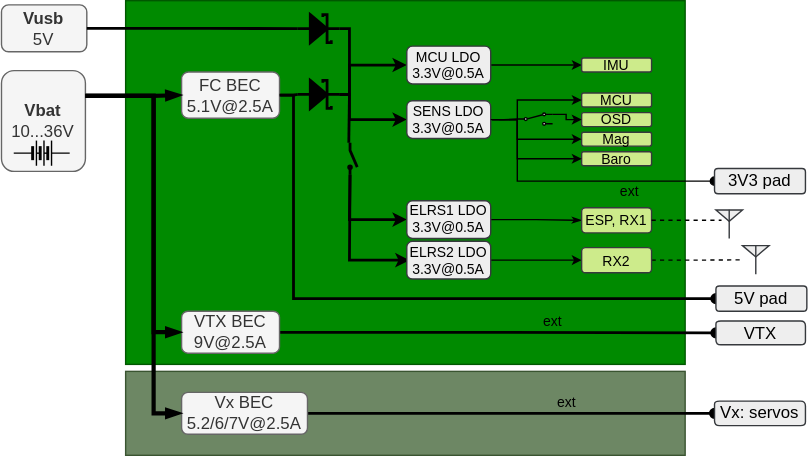
This is documentation/images/doc_MoGliFC_power_concept.svg from MomoRC-tech/MoGliFC-Flight-Controller, a draw.io export, as it was before one commit. Source tidied: cells renumbered, new cells last; positions are measured from the earlier drawing's top-left corner, leaving out a move shared by most shapes. Source of this version:
```xml
<mxGraphModel>
  <root>
    <mxCell id="0" />
    <mxCell id="1" parent="0" />
    <mxCell id="2" style="whiteSpace=wrap;html=1;fillColor=#008a00;fontColor=#ffffff;strokeColor=#005700;imageAspect=1;" parent="1" vertex="1">
      <mxGeometry x="89" width="400" height="260" as="geometry" />
    </mxCell>
    <mxCell id="3" style="rounded=0;whiteSpace=wrap;html=1;fillColor=#6d8764;fontColor=#ffffff;strokeColor=#3A5431;" parent="1" vertex="1">
      <mxGeometry x="89" y="265" width="400" height="60" as="geometry" />
    </mxCell>
    <mxCell id="4" value="&lt;b&gt;Vbat&lt;/b&gt;&lt;div&gt;10...36V&lt;/div&gt;" style="whiteSpace=wrap;html=1;rounded=1;fillColor=#f5f5f5;fontColor=#333333;strokeColor=#666666;" parent="1" vertex="1">
      <mxGeometry x="0.2" y="50" width="60" height="72" as="geometry" />
    </mxCell>
    <mxCell id="5" style="edgeStyle=orthogonalEdgeStyle;rounded=0;jettySize=auto;html=1;entryX=0;entryY=0.5;entryDx=0;entryDy=0;endArrow=oval;endFill=1;strokeWidth=2;" parent="1" edge="1" source="7" target="18">
      <mxGeometry relative="1" as="geometry" />
    </mxCell>
    <mxCell id="6" value="ext" style="edgeLabel;html=1;align=center;verticalAlign=middle;labelBackgroundColor=none;fontSize=10;" parent="5" vertex="1">
      <mxGeometry x="0.18" y="-4" relative="1" as="geometry">
        <mxPoint x="10" y="-13" as="offset" />
      </mxGeometry>
    </mxCell>
    <mxCell id="7" value="VTX BEC 9V@2.5A" style="whiteSpace=wrap;html=1;rounded=1;fillColor=#f5f5f5;fontColor=#333333;strokeColor=#666666;" parent="1" vertex="1">
      <mxGeometry x="129" y="222" width="70" height="30" as="geometry" />
    </mxCell>
    <mxCell id="8" style="edgeStyle=elbowEdgeStyle;rounded=0;jettySize=auto;html=1;exitX=1;exitY=0.5;exitDx=0;exitDy=0;entryX=0;entryY=0.5;entryDx=0;entryDy=0;endSize=4;strokeWidth=2;exitPerimeter=0;" parent="1" edge="1" source="49" target="21">
      <mxGeometry relative="1" as="geometry">
        <Array as="points">
          <mxPoint x="249" y="50" />
        </Array>
      </mxGeometry>
    </mxCell>
    <mxCell id="9" style="edgeStyle=elbowEdgeStyle;rounded=0;jettySize=auto;html=1;exitX=1;exitY=0.5;exitDx=0;exitDy=0;entryX=0;entryY=0.5;entryDx=0;entryDy=0;endSize=4;strokeWidth=2;exitPerimeter=0;" parent="1" edge="1" source="49" target="24">
      <mxGeometry relative="1" as="geometry">
        <Array as="points">
          <mxPoint x="249" y="80" />
        </Array>
      </mxGeometry>
    </mxCell>
    <mxCell id="10" style="edgeStyle=elbowEdgeStyle;rounded=0;jettySize=auto;html=1;endSize=4;strokeWidth=2;exitX=1;exitY=0.84;exitDx=0;exitDy=0;" parent="1" edge="1" source="58" target="26">
      <mxGeometry relative="1" as="geometry">
        <Array as="points">
          <mxPoint x="249" y="110" />
        </Array>
      </mxGeometry>
    </mxCell>
    <mxCell id="11" style="edgeStyle=elbowEdgeStyle;rounded=0;jettySize=auto;html=1;endSize=4;strokeWidth=2;exitX=1;exitY=0.84;exitDx=0;exitDy=0;" parent="1" edge="1" source="58">
      <mxGeometry relative="1" as="geometry">
        <mxPoint x="292" y="185.5" as="targetPoint" />
        <Array as="points">
          <mxPoint x="249" y="160" />
        </Array>
      </mxGeometry>
    </mxCell>
    <mxCell id="12" style="edgeStyle=elbowEdgeStyle;rounded=0;jettySize=auto;html=1;entryX=0;entryY=0.5;entryDx=0;entryDy=0;endSize=6;endArrow=oval;endFill=1;strokeWidth=2;exitX=1;exitY=0.5;exitDx=0;exitDy=0;" parent="1" edge="1" source="14" target="34">
      <mxGeometry relative="1" as="geometry">
        <Array as="points">
          <mxPoint x="209" y="130" />
        </Array>
      </mxGeometry>
    </mxCell>
    <mxCell id="13" style="edgeStyle=elbowEdgeStyle;rounded=0;jettySize=auto;html=1;endArrow=blockThin;endFill=1;strokeWidth=3;exitX=1;exitY=0.25;exitDx=0;exitDy=0;endSize=4;" parent="1" edge="1" source="4" target="7">
      <mxGeometry relative="1" as="geometry">
        <Array as="points">
          <mxPoint x="109" y="150" />
        </Array>
      </mxGeometry>
    </mxCell>
    <mxCell id="14" value="FC BEC 5.1V@2.5A" style="whiteSpace=wrap;html=1;rounded=1;fillColor=#f5f5f5;fontColor=#333333;strokeColor=#666666;" parent="1" vertex="1">
      <mxGeometry x="129" y="51" width="70" height="33" as="geometry" />
    </mxCell>
    <mxCell id="15" style="edgeStyle=entityRelationEdgeStyle;rounded=0;jettySize=auto;html=1;entryX=0;entryY=0.5;entryDx=0;entryDy=0;endArrow=oval;endFill=1;strokeWidth=2;" parent="1" edge="1" source="17" target="19">
      <mxGeometry relative="1" as="geometry" />
    </mxCell>
    <mxCell id="16" value="ext" style="edgeLabel;html=1;align=center;verticalAlign=middle;labelBackgroundColor=none;fontSize=10;" parent="15" vertex="1">
      <mxGeometry x="0.27" y="-2" relative="1" as="geometry">
        <mxPoint y="-11" as="offset" />
      </mxGeometry>
    </mxCell>
    <mxCell id="17" value="Vx BEC 5.2/6/7V@2.5A" style="whiteSpace=wrap;html=1;rounded=1;fillColor=#f5f5f5;fontColor=#333333;strokeColor=#666666;" parent="1" vertex="1">
      <mxGeometry x="129" y="280" width="90" height="30" as="geometry" />
    </mxCell>
    <mxCell id="18" value="VTX" style="shape=step;perimeter=stepPerimeter;whiteSpace=wrap;html=1;fixedSize=1;size=-6;fillColor=#eeeeee;strokeColor=#36393d;rounded=1;arcSize=7;" parent="1" vertex="1">
      <mxGeometry x="511" y="229" width="64" height="17" as="geometry" />
    </mxCell>
    <mxCell id="19" value="Vx: servos" style="shape=step;perimeter=stepPerimeter;whiteSpace=wrap;html=1;fixedSize=1;size=0;fillColor=#eeeeee;strokeColor=#36393d;rounded=1;arcSize=7;" parent="1" vertex="1">
      <mxGeometry x="510" y="286.2" width="65" height="17.5" as="geometry" />
    </mxCell>
    <mxCell id="20" style="edgeStyle=elbowEdgeStyle;rounded=0;jettySize=auto;html=1;endSize=4;" parent="1" edge="1" source="21" target="29">
      <mxGeometry relative="1" as="geometry" />
    </mxCell>
    <mxCell id="21" value="MCU LDO 3.3V@0.5A" style="whiteSpace=wrap;html=1;rounded=1;fontSize=10;fillColor=#eeeeee;strokeColor=#36393d;" parent="1" vertex="1">
      <mxGeometry x="290" y="32.5" width="60" height="27" as="geometry" />
    </mxCell>
    <mxCell id="22" style="edgeStyle=elbowEdgeStyle;rounded=0;jettySize=auto;html=1;entryX=0;entryY=0.5;entryDx=0;entryDy=0;exitX=1;exitY=0.5;exitDx=0;exitDy=0;endArrow=oval;endFill=1;" parent="1" edge="1" target="30">
      <mxGeometry relative="1" as="geometry">
        <mxPoint x="356" y="85" as="sourcePoint" />
        <Array as="points">
          <mxPoint x="369" y="110" />
        </Array>
      </mxGeometry>
    </mxCell>
    <mxCell id="23" value="ext" style="edgeLabel;html=1;align=center;verticalAlign=middle;fontSize=10;labelBackgroundColor=none;" parent="22" vertex="1">
      <mxGeometry x="0.26" y="2" relative="1" as="geometry">
        <mxPoint x="12" y="8" as="offset" />
      </mxGeometry>
    </mxCell>
    <mxCell id="24" value="SENS LDO 3.3V@0.5A" style="whiteSpace=wrap;html=1;rounded=1;fontSize=10;fillColor=#eeeeee;strokeColor=#36393d;" parent="1" vertex="1">
      <mxGeometry x="290" y="71.5" width="60" height="27" as="geometry" />
    </mxCell>
    <mxCell id="25" style="edgeStyle=elbowEdgeStyle;rounded=0;jettySize=auto;html=1;entryX=0;entryY=0.5;entryDx=0;entryDy=0;strokeWidth=1;endArrow=classicThin;endFill=1;endSize=4;" parent="1" edge="1" source="26" target="31">
      <mxGeometry relative="1" as="geometry" />
    </mxCell>
    <mxCell id="26" value="ELRS1 LDO 3.3V@0.5A" style="whiteSpace=wrap;html=1;rounded=1;fontSize=10;fillColor=#eeeeee;strokeColor=#36393d;" parent="1" vertex="1">
      <mxGeometry x="290" y="143" width="60" height="27" as="geometry" />
    </mxCell>
    <mxCell id="27" style="edgeStyle=elbowEdgeStyle;rounded=0;jettySize=auto;html=1;exitX=1;exitY=0.5;exitDx=0;exitDy=0;endSize=4;" parent="1" edge="1" source="28" target="33">
      <mxGeometry relative="1" as="geometry" />
    </mxCell>
    <mxCell id="28" value="ELRS2 LDO 3.3V@0.5A" style="whiteSpace=wrap;html=1;rounded=1;fontSize=10;fillColor=#eeeeee;strokeColor=#36393d;" parent="1" vertex="1">
      <mxGeometry x="290" y="172" width="60" height="27" as="geometry" />
    </mxCell>
    <mxCell id="29" value="IMU" style="whiteSpace=wrap;html=1;rounded=1;fillColor=#cdeb8b;strokeColor=#36393d;fontSize=10;" parent="1" vertex="1">
      <mxGeometry x="415" y="41" width="50" height="10" as="geometry" />
    </mxCell>
    <mxCell id="30" value="3V3 pad" style="shape=step;perimeter=stepPerimeter;whiteSpace=wrap;html=1;fixedSize=1;size=-5;fillColor=#eeeeee;strokeColor=#36393d;rounded=1;arcSize=5;" parent="1" vertex="1">
      <mxGeometry x="510" y="120" width="65" height="18" as="geometry" />
    </mxCell>
    <mxCell id="31" value="ESP, RX1" style="whiteSpace=wrap;html=1;rounded=1;fillColor=#cdeb8b;strokeColor=#36393d;fontSize=10;" parent="1" vertex="1">
      <mxGeometry x="415" y="148" width="50" height="18" as="geometry" />
    </mxCell>
    <mxCell id="32" style="edgeStyle=elbowEdgeStyle;rounded=0;jettySize=auto;html=1;dashed=1;endArrow=none;endFill=0;" parent="1" edge="1" source="33" target="38">
      <mxGeometry relative="1" as="geometry" />
    </mxCell>
    <mxCell id="33" value="RX2" style="whiteSpace=wrap;html=1;rounded=1;fillColor=#cdeb8b;strokeColor=#36393d;fontSize=10;" parent="1" vertex="1">
      <mxGeometry x="415" y="176.5" width="50" height="18" as="geometry" />
    </mxCell>
    <mxCell id="34" value="5V pad" style="shape=step;perimeter=stepPerimeter;whiteSpace=wrap;html=1;fixedSize=1;size=-5;fillColor=#eeeeee;strokeColor=#36393d;rounded=1;arcSize=5;" parent="1" vertex="1">
      <mxGeometry x="511" y="204" width="65" height="18" as="geometry" />
    </mxCell>
    <mxCell id="35" value="&lt;b&gt;Vusb&lt;/b&gt;&lt;div&gt;5V&lt;/div&gt;" style="whiteSpace=wrap;html=1;rounded=1;fillColor=#f5f5f5;fontColor=#333333;strokeColor=#666666;" parent="1" vertex="1">
      <mxGeometry x="0.2" y="3" width="61" height="33.5" as="geometry" />
    </mxCell>
    <mxCell id="36" style="verticalLabelPosition=bottom;shadow=0;dashed=0;align=center;html=1;verticalAlign=top;shape=mxgraph.electrical.radio.aerial_-_antenna_2;strokeWidth=1;fillColor=#eeeeee;strokeColor=#36393d;" parent="1" vertex="1">
      <mxGeometry x="511" y="149.5" width="19" height="20.5" as="geometry" />
    </mxCell>
    <mxCell id="37" style="verticalLabelPosition=bottom;shadow=0;dashed=0;align=center;html=1;verticalAlign=top;shape=mxgraph.electrical.miscellaneous.batteryStack;" parent="1" vertex="1">
      <mxGeometry x="9" y="100" width="40" height="18" as="geometry" />
    </mxCell>
    <mxCell id="38" style="verticalLabelPosition=bottom;shadow=0;dashed=0;align=center;html=1;verticalAlign=top;shape=mxgraph.electrical.radio.aerial_-_antenna_2;strokeWidth=1;fillColor=#eeeeee;strokeColor=#36393d;" parent="1" vertex="1">
      <mxGeometry x="530" y="175" width="19" height="20.5" as="geometry" />
    </mxCell>
    <mxCell id="39" style="edgeStyle=elbowEdgeStyle;rounded=0;jettySize=auto;html=1;entryX=0.211;entryY=0.366;entryDx=0;entryDy=0;entryPerimeter=0;endArrow=none;endFill=0;dashed=1;" parent="1" edge="1" source="31" target="36">
      <mxGeometry relative="1" as="geometry" />
    </mxCell>
    <mxCell id="40" style="edgeStyle=elbowEdgeStyle;rounded=0;jettySize=auto;html=1;endArrow=blockThin;endFill=1;strokeWidth=3;exitX=1;exitY=0.25;exitDx=0;exitDy=0;endSize=4;strokeColor=default;entryX=0;entryY=0.5;entryDx=0;entryDy=0;" parent="1" edge="1" source="4" target="14">
      <mxGeometry relative="1" as="geometry">
        <Array as="points">
          <mxPoint x="109" y="60" />
        </Array>
      </mxGeometry>
    </mxCell>
    <mxCell id="41" value="MCU" style="whiteSpace=wrap;html=1;rounded=1;fillColor=#cdeb8b;strokeColor=#36393d;fontSize=10;" parent="1" vertex="1">
      <mxGeometry x="415" y="66" width="50" height="10" as="geometry" />
    </mxCell>
    <mxCell id="42" value="OSD" style="whiteSpace=wrap;html=1;rounded=1;fillColor=#cdeb8b;strokeColor=#36393d;fontSize=10;" parent="1" vertex="1">
      <mxGeometry x="415" y="80" width="50" height="10" as="geometry" />
    </mxCell>
    <mxCell id="43" value="Mag" style="whiteSpace=wrap;html=1;rounded=1;fillColor=#cdeb8b;strokeColor=#36393d;fontSize=10;" parent="1" vertex="1">
      <mxGeometry x="415" y="94" width="50" height="10" as="geometry" />
    </mxCell>
    <mxCell id="44" value="Baro" style="whiteSpace=wrap;html=1;rounded=1;fillColor=#cdeb8b;strokeColor=#36393d;fontSize=10;" parent="1" vertex="1">
      <mxGeometry x="415" y="108" width="50" height="10" as="geometry" />
    </mxCell>
    <mxCell id="45" style="edgeStyle=elbowEdgeStyle;rounded=0;jettySize=auto;html=1;entryX=0;entryY=0.5;entryDx=0;entryDy=0;endSize=4;exitX=1;exitY=0.5;exitDx=0;exitDy=0;" parent="1" edge="1" target="41">
      <mxGeometry relative="1" as="geometry">
        <mxPoint x="351" y="85" as="sourcePoint" />
        <Array as="points">
          <mxPoint x="369" y="80" />
        </Array>
      </mxGeometry>
    </mxCell>
    <mxCell id="46" style="edgeStyle=elbowEdgeStyle;rounded=0;jettySize=auto;html=1;entryX=0;entryY=0.5;entryDx=0;entryDy=0;endSize=4;exitX=1;exitY=0.12;exitDx=0;exitDy=0;" parent="1" edge="1" source="56" target="42">
      <mxGeometry relative="1" as="geometry" />
    </mxCell>
    <mxCell id="47" style="edgeStyle=elbowEdgeStyle;rounded=0;jettySize=auto;html=1;entryX=0;entryY=0.5;entryDx=0;entryDy=0;endSize=4;exitX=1;exitY=0.5;exitDx=0;exitDy=0;" parent="1" edge="1" target="43">
      <mxGeometry relative="1" as="geometry">
        <mxPoint x="351" y="85" as="sourcePoint" />
        <Array as="points">
          <mxPoint x="369" y="90" />
        </Array>
      </mxGeometry>
    </mxCell>
    <mxCell id="48" style="edgeStyle=elbowEdgeStyle;rounded=0;jettySize=auto;html=1;entryX=0;entryY=0.5;entryDx=0;entryDy=0;endSize=4;exitX=1;exitY=0.5;exitDx=0;exitDy=0;" parent="1" edge="1" target="44">
      <mxGeometry relative="1" as="geometry">
        <mxPoint x="351" y="85" as="sourcePoint" />
        <Array as="points">
          <mxPoint x="369" y="100" />
        </Array>
      </mxGeometry>
    </mxCell>
    <mxCell id="49" style="fillColor=strokeColor;verticalLabelPosition=bottom;shadow=0;dashed=0;align=center;html=1;verticalAlign=top;shape=mxgraph.electrical.diodes.schottky_diode;strokeWidth=2;" parent="1" vertex="1">
      <mxGeometry x="212" y="57" width="30" height="20" as="geometry" />
    </mxCell>
    <mxCell id="50" style="edgeStyle=elbowEdgeStyle;rounded=0;jettySize=auto;html=1;endArrow=blockThin;endFill=1;strokeWidth=3;exitX=1;exitY=0.25;exitDx=0;exitDy=0;endSize=4;entryX=0;entryY=0.5;entryDx=0;entryDy=0;" parent="1" edge="1" source="4" target="17">
      <mxGeometry relative="1" as="geometry">
        <Array as="points">
          <mxPoint x="109" y="180" />
        </Array>
      </mxGeometry>
    </mxCell>
    <mxCell id="51" style="edgeStyle=elbowEdgeStyle;rounded=0;jettySize=auto;html=1;entryX=0;entryY=0.5;entryDx=0;entryDy=0;endSize=6;endArrow=none;endFill=0;strokeWidth=2;exitX=1;exitY=0.5;exitDx=0;exitDy=0;entryPerimeter=0;" parent="1" edge="1" source="14" target="49">
      <mxGeometry relative="1" as="geometry">
        <Array as="points">
          <mxPoint x="209" y="67" />
        </Array>
      </mxGeometry>
    </mxCell>
    <mxCell id="52" style="fillColor=strokeColor;verticalLabelPosition=bottom;shadow=0;dashed=0;align=center;html=1;verticalAlign=top;shape=mxgraph.electrical.diodes.schottky_diode;strokeWidth=2;" parent="1" vertex="1">
      <mxGeometry x="212" y="10" width="30" height="20" as="geometry" />
    </mxCell>
    <mxCell id="53" style="edgeStyle=elbowEdgeStyle;rounded=0;jettySize=auto;html=1;endSize=6;endArrow=none;endFill=0;strokeWidth=2;exitX=1;exitY=0.5;exitDx=0;exitDy=0;exitPerimeter=0;entryX=1;entryY=0.5;entryDx=0;entryDy=0;entryPerimeter=0;" parent="1" edge="1" source="52" target="49">
      <mxGeometry relative="1" as="geometry">
        <Array as="points">
          <mxPoint x="249" y="40" />
        </Array>
      </mxGeometry>
    </mxCell>
    <mxCell id="54" style="edgeStyle=elbowEdgeStyle;rounded=0;jettySize=auto;html=1;entryX=0;entryY=0.5;entryDx=0;entryDy=0;endSize=6;endArrow=none;endFill=0;strokeWidth=2;exitX=1;exitY=0.5;exitDx=0;exitDy=0;entryPerimeter=0;" parent="1" edge="1" source="35" target="52">
      <mxGeometry relative="1" as="geometry">
        <Array as="points">
          <mxPoint x="149" y="20" />
        </Array>
      </mxGeometry>
    </mxCell>
    <mxCell id="55" style="edgeStyle=elbowEdgeStyle;rounded=0;jettySize=auto;html=1;entryX=0;entryY=0.5;entryDx=0;entryDy=0;endSize=4;exitX=1;exitY=0.5;exitDx=0;exitDy=0;endArrow=none;endFill=0;" parent="1" edge="1" source="24" target="56">
      <mxGeometry relative="1" as="geometry" />
    </mxCell>
    <mxCell id="56" style="html=1;shape=mxgraph.electrical.electro-mechanical.twoWaySwitch;elSwitchState=2;" parent="1" vertex="1">
      <mxGeometry x="369" y="80.2" width="25.2" height="8.8" as="geometry" />
    </mxCell>
    <mxCell id="57" style="edgeStyle=elbowEdgeStyle;rounded=0;jettySize=auto;html=1;endSize=4;strokeWidth=2;endArrow=none;endFill=0;entryX=0;entryY=0.84;entryDx=0;entryDy=0;" parent="1" edge="1" target="58">
      <mxGeometry relative="1" as="geometry">
        <mxPoint x="249" y="67" as="sourcePoint" />
      </mxGeometry>
    </mxCell>
    <mxCell id="58" style="html=1;shape=mxgraph.electrical.electro-mechanical.switchDisconnector;elSwitchState=off;strokeWidth=2;rotation=90;" parent="1" vertex="1">
      <mxGeometry x="240" y="109.9" width="23" height="6.1" as="geometry" />
    </mxCell>
  </root>
</mxGraphModel>
```
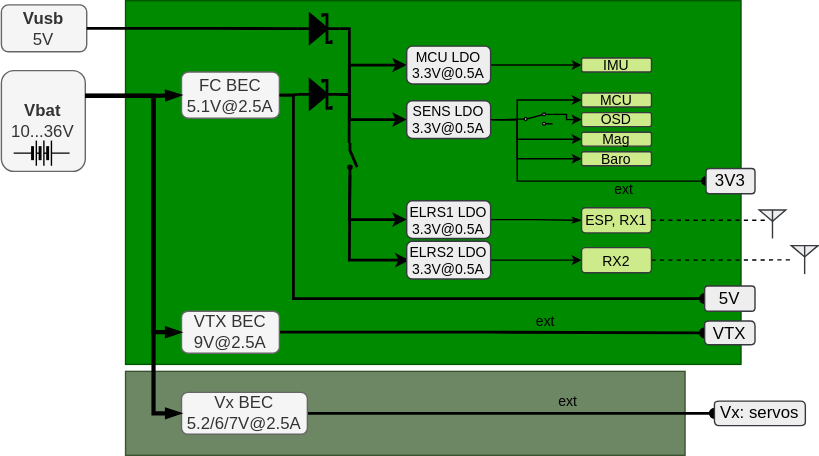
The same diagram one commit later.

What changed in the source:
```diff
@@ -3,7 +3,7 @@
     <mxCell id="0" />
     <mxCell id="1" parent="0" />
     <mxCell id="2" style="whiteSpace=wrap;html=1;fillColor=#008a00;fontColor=#ffffff;strokeColor=#005700;imageAspect=1;" parent="1" vertex="1">
-      <mxGeometry x="89" width="400" height="260" as="geometry" />
+      <mxGeometry x="89" width="440" height="260" as="geometry" />
     </mxCell>
     <mxCell id="3" style="rounded=0;whiteSpace=wrap;html=1;fillColor=#6d8764;fontColor=#ffffff;strokeColor=#3A5431;" parent="1" vertex="1">
       <mxGeometry x="89" y="265" width="400" height="60" as="geometry" />
@@ -80,7 +80,7 @@
       <mxGeometry x="129" y="280" width="90" height="30" as="geometry" />
     </mxCell>
     <mxCell id="18" value="VTX" style="shape=step;perimeter=stepPerimeter;whiteSpace=wrap;html=1;fixedSize=1;size=-6;fillColor=#eeeeee;strokeColor=#36393d;rounded=1;arcSize=7;" parent="1" vertex="1">
-      <mxGeometry x="511" y="229" width="64" height="17" as="geometry" />
+      <mxGeometry x="503" y="229" width="36" height="17" as="geometry" />
     </mxCell>
     <mxCell id="19" value="Vx: servos" style="shape=step;perimeter=stepPerimeter;whiteSpace=wrap;html=1;fixedSize=1;size=0;fillColor=#eeeeee;strokeColor=#36393d;rounded=1;arcSize=7;" parent="1" vertex="1">
       <mxGeometry x="510" y="286.2" width="65" height="17.5" as="geometry" />
@@ -122,8 +122,8 @@
     <mxCell id="29" value="IMU" style="whiteSpace=wrap;html=1;rounded=1;fillColor=#cdeb8b;strokeColor=#36393d;fontSize=10;" parent="1" vertex="1">
       <mxGeometry x="415" y="41" width="50" height="10" as="geometry" />
     </mxCell>
-    <mxCell id="30" value="3V3 pad" style="shape=step;perimeter=stepPerimeter;whiteSpace=wrap;html=1;fixedSize=1;size=-5;fillColor=#eeeeee;strokeColor=#36393d;rounded=1;arcSize=5;" parent="1" vertex="1">
-      <mxGeometry x="510" y="120" width="65" height="18" as="geometry" />
+    <mxCell id="30" value="3V3" style="shape=step;perimeter=stepPerimeter;whiteSpace=wrap;html=1;fixedSize=1;size=-5;fillColor=#eeeeee;strokeColor=#36393d;rounded=1;arcSize=5;" parent="1" vertex="1">
+      <mxGeometry x="504" y="120" width="35" height="18" as="geometry" />
     </mxCell>
     <mxCell id="31" value="ESP, RX1" style="whiteSpace=wrap;html=1;rounded=1;fillColor=#cdeb8b;strokeColor=#36393d;fontSize=10;" parent="1" vertex="1">
       <mxGeometry x="415" y="148" width="50" height="18" as="geometry" />
@@ -134,20 +134,20 @@
     <mxCell id="33" value="RX2" style="whiteSpace=wrap;html=1;rounded=1;fillColor=#cdeb8b;strokeColor=#36393d;fontSize=10;" parent="1" vertex="1">
       <mxGeometry x="415" y="176.5" width="50" height="18" as="geometry" />
     </mxCell>
-    <mxCell id="34" value="5V pad" style="shape=step;perimeter=stepPerimeter;whiteSpace=wrap;html=1;fixedSize=1;size=-5;fillColor=#eeeeee;strokeColor=#36393d;rounded=1;arcSize=5;" parent="1" vertex="1">
-      <mxGeometry x="511" y="204" width="65" height="18" as="geometry" />
+    <mxCell id="34" value="5V" style="shape=step;perimeter=stepPerimeter;whiteSpace=wrap;html=1;fixedSize=1;size=-5;fillColor=#eeeeee;strokeColor=#36393d;rounded=1;arcSize=5;" parent="1" vertex="1">
+      <mxGeometry x="503" y="204" width="36" height="18" as="geometry" />
     </mxCell>
     <mxCell id="35" value="&lt;b&gt;Vusb&lt;/b&gt;&lt;div&gt;5V&lt;/div&gt;" style="whiteSpace=wrap;html=1;rounded=1;fillColor=#f5f5f5;fontColor=#333333;strokeColor=#666666;" parent="1" vertex="1">
       <mxGeometry x="0.2" y="3" width="61" height="33.5" as="geometry" />
     </mxCell>
     <mxCell id="36" style="verticalLabelPosition=bottom;shadow=0;dashed=0;align=center;html=1;verticalAlign=top;shape=mxgraph.electrical.radio.aerial_-_antenna_2;strokeWidth=1;fillColor=#eeeeee;strokeColor=#36393d;" parent="1" vertex="1">
-      <mxGeometry x="511" y="149.5" width="19" height="20.5" as="geometry" />
+      <mxGeometry x="542" y="149.5" width="19" height="20.5" as="geometry" />
     </mxCell>
     <mxCell id="37" style="verticalLabelPosition=bottom;shadow=0;dashed=0;align=center;html=1;verticalAlign=top;shape=mxgraph.electrical.miscellaneous.batteryStack;" parent="1" vertex="1">
       <mxGeometry x="9" y="100" width="40" height="18" as="geometry" />
     </mxCell>
     <mxCell id="38" style="verticalLabelPosition=bottom;shadow=0;dashed=0;align=center;html=1;verticalAlign=top;shape=mxgraph.electrical.radio.aerial_-_antenna_2;strokeWidth=1;fillColor=#eeeeee;strokeColor=#36393d;" parent="1" vertex="1">
-      <mxGeometry x="530" y="175" width="19" height="20.5" as="geometry" />
+      <mxGeometry x="565" y="175" width="19" height="20.5" as="geometry" />
     </mxCell>
     <mxCell id="39" style="edgeStyle=elbowEdgeStyle;rounded=0;jettySize=auto;html=1;entryX=0.211;entryY=0.366;entryDx=0;entryDy=0;entryPerimeter=0;endArrow=none;endFill=0;dashed=1;" parent="1" edge="1" source="31" target="36">
       <mxGeometry relative="1" as="geometry" />
```
